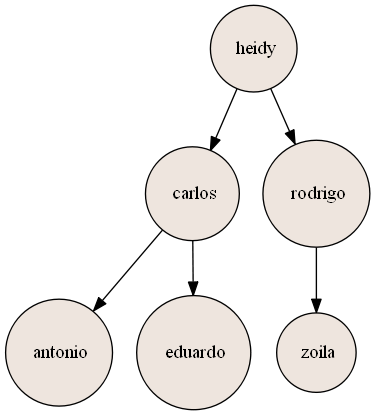
The Graphviz diagram ArbolABB.png in OmarLetona14/EDD_1S2020_PY1_201700377, before a commit. Its source is kept beside it as ArbolABB.dot.
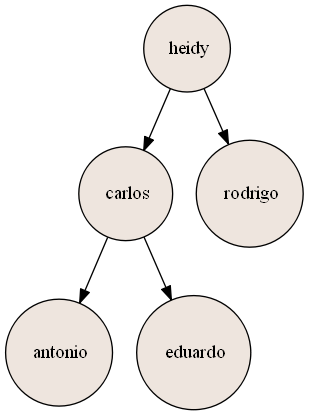
Later version of the same file.

What changed in the source:
```diff
@@ -6,10 +6,8 @@
 nodoantonio [ label = " antonio"];
 nodoeduardo [ label = " eduardo"];
 nodorodrigo [ label = " rodrigo"];
-nodozoila [ label = " zoila"];
 nodoheidy: c0->nodocarlos;
 nodoheidy: c1->nodorodrigo;
 nodocarlos: c0->nodoantonio;
 nodocarlos: c1->nodoeduardo;
-nodorodrigo: c1->nodozoila;
 }
```
